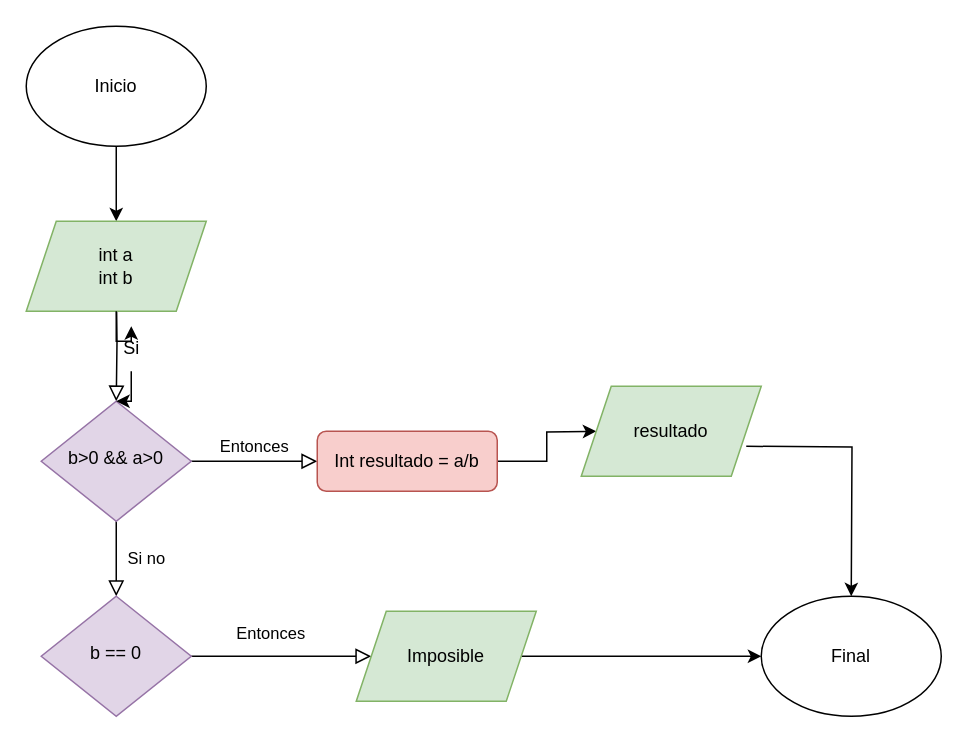
Above: diagrama1.3.drawio in Dakotaflores/Diagramasdeflujo (draw.io), before the change. Source tidied: cells renumbered, new cells numbered last; positions are measured from the earlier drawing's top-left corner, leaving out a move shared by most shapes. Both pictures are drawn from the tidied source at 150%, with x=0, y=0 at pixel (26, 26).
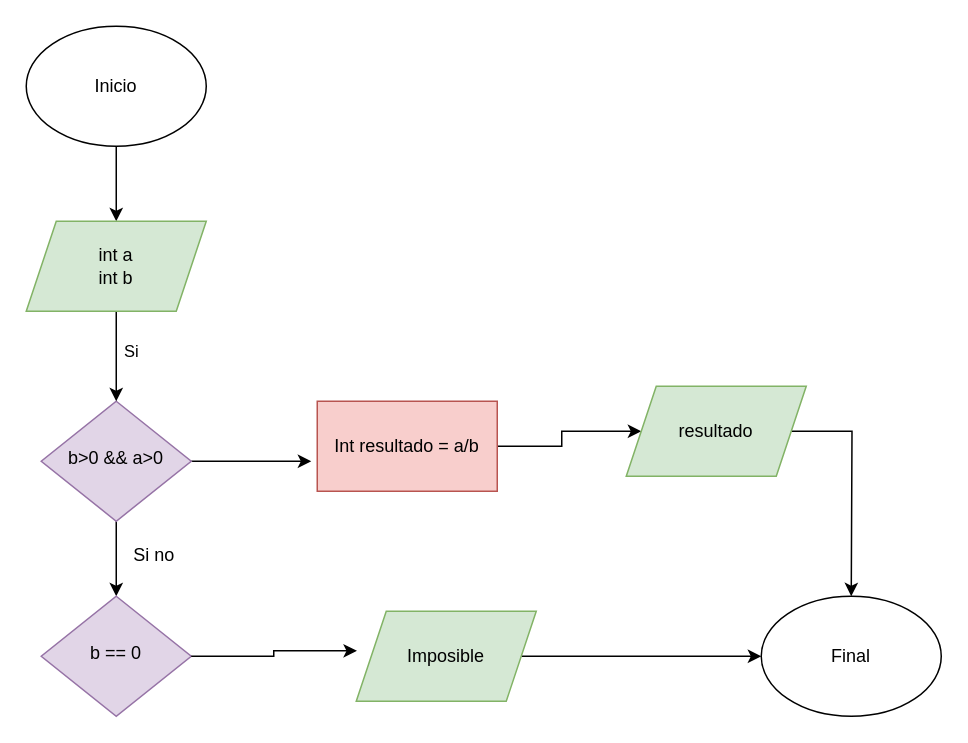
After the change.

The change refers to these unchanged cells:
```xml
<mxCell id="5" value="b&amp;gt;0 &amp;amp;&amp;amp; a&amp;gt;0" style="rhombus;whiteSpace=wrap;html=1;shadow=0;fontFamily=Helvetica;fontSize=12;align=center;strokeWidth=1;spacing=6;spacingTop=-4;fillColor=#e1d5e7;strokeColor=#9673a6;" parent="1" vertex="1">
  <mxGeometry x="10" y="250" width="100" height="80" as="geometry" />
</mxCell>
<mxCell id="9" value="b == 0" style="rhombus;whiteSpace=wrap;html=1;shadow=0;fontFamily=Helvetica;fontSize=12;align=center;strokeWidth=1;spacing=6;spacingTop=-4;fillColor=#e1d5e7;strokeColor=#9673a6;" parent="1" vertex="1">
  <mxGeometry x="10" y="380" width="100" height="80" as="geometry" />
</mxCell>
<mxCell id="13" value="int a&lt;div&gt;int b&lt;/div&gt;" style="shape=parallelogram;perimeter=parallelogramPerimeter;whiteSpace=wrap;html=1;fixedSize=1;fillColor=#d5e8d4;strokeColor=#82b366;" parent="1" vertex="1">
  <mxGeometry y="130" width="120" height="60" as="geometry" />
</mxCell>
<mxCell id="19" value="Imposible" style="shape=parallelogram;perimeter=parallelogramPerimeter;whiteSpace=wrap;html=1;fixedSize=1;fillColor=#d5e8d4;strokeColor=#82b366;" parent="1" vertex="1">
  <mxGeometry x="220" y="390" width="120" height="60" as="geometry" />
</mxCell>
```

What changed in the source:
```diff
@@
-    <mxCell id="2" style="rounded=0;html=1;jettySize=auto;fontSize=11;endArrow=block;endFill=0;endSize=8;strokeWidth=1;shadow=0;labelBackgroundColor=none;edgeStyle=orthogonalEdgeStyle;" parent="1" edge="1" target="5">
-      <mxGeometry relative="1" as="geometry">
-        <mxPoint x="60" y="170" as="sourcePoint" />
-      </mxGeometry>
-    </mxCell>
-    <mxCell id="3" value="Si no" style="rounded=0;html=1;jettySize=auto;fontSize=11;endArrow=block;endFill=0;endSize=8;strokeWidth=1;shadow=0;labelBackgroundColor=none;edgeStyle=orthogonalEdgeStyle;" parent="1" edge="1" source="5" target="9">
-      <mxGeometry y="20" relative="1" as="geometry" />
-    </mxCell>
-    <mxCell id="4" value="Entonces" style="edgeStyle=orthogonalEdgeStyle;rounded=0;html=1;jettySize=auto;fontSize=11;endArrow=block;endFill=0;endSize=8;strokeWidth=1;shadow=0;labelBackgroundColor=none;" parent="1" edge="1" source="5" target="7">
-      <mxGeometry y="10" relative="1" as="geometry" />
-    </mxCell>
+    <mxCell id="21" style="edgeStyle=orthogonalEdgeStyle;rounded=0;jettySize=auto;html=1;" parent="1" edge="1" source="5">
+      <mxGeometry relative="1" as="geometry">
+        <mxPoint x="190" y="290" as="targetPoint" />
+      </mxGeometry>
+    </mxCell>
+    <mxCell id="22" style="edgeStyle=orthogonalEdgeStyle;rounded=0;jettySize=auto;html=1;entryX=0.5;entryY=0;entryDx=0;entryDy=0;" parent="1" edge="1" source="5" target="9">
+      <mxGeometry relative="1" as="geometry" />
+    </mxCell>
@@
-    <mxCell id="6" style="edgeStyle=orthogonalEdgeStyle;rounded=0;jettySize=auto;html=1;" parent="1" edge="1" source="7">
-      <mxGeometry relative="1" as="geometry">
-        <mxPoint x="380" y="270" as="targetPoint" />
-      </mxGeometry>
-    </mxCell>
-    <mxCell id="7" value="Int resultado = a/b" style="rounded=1;whiteSpace=wrap;html=1;fontSize=12;glass=0;strokeWidth=1;shadow=0;fillColor=#f8cecc;strokeColor=#b85450;" parent="1" vertex="1">
-      <mxGeometry x="194" y="270" width="120" height="40" as="geometry" />
-    </mxCell>
-    <mxCell id="8" value="Entonces" style="edgeStyle=orthogonalEdgeStyle;rounded=0;html=1;jettySize=auto;fontSize=11;endArrow=block;endFill=0;endSize=8;strokeWidth=1;shadow=0;labelBackgroundColor=none;" parent="1" edge="1" source="9">
-      <mxGeometry x="-0.12" y="15" relative="1" as="geometry">
-        <mxPoint x="230" y="420" as="targetPoint" />
-      </mxGeometry>
-    </mxCell>
@@
-    <mxCell id="12" style="edgeStyle=orthogonalEdgeStyle;rounded=0;jettySize=auto;html=1;" parent="1" edge="1" source="17" target="5">
-      <mxGeometry relative="1" as="geometry" />
-    </mxCell>
+    <mxCell id="23" style="edgeStyle=orthogonalEdgeStyle;rounded=0;jettySize=auto;html=1;entryX=0.5;entryY=0;entryDx=0;entryDy=0;" parent="1" edge="1" source="13" target="5">
+      <mxGeometry relative="1" as="geometry" />
+    </mxCell>
+    <mxCell id="17" value="Si" style="edgeLabel;html=1;align=center;verticalAlign=middle;points=[];" parent="23" vertex="1">
+      <mxGeometry x="-0.12" y="9" relative="1" as="geometry" />
+    </mxCell>
@@
-    <mxCell id="14" style="edgeStyle=orthogonalEdgeStyle;rounded=0;orthogonalLoop=1;jettySize=auto;html=1;" parent="1" edge="1">
+    <mxCell id="14" style="edgeStyle=orthogonalEdgeStyle;rounded=0;jettySize=auto;html=1;" parent="1" edge="1" source="15">
       <mxGeometry relative="1" as="geometry">
-        <mxPoint x="480" y="280" as="sourcePoint" />
         <mxPoint x="550" y="380" as="targetPoint" />
       </mxGeometry>
     </mxCell>
-    <mxCell id="15" value="resultado" style="shape=parallelogram;perimeter=parallelogramPerimeter;whiteSpace=wrap;html=1;fixedSize=1;fillColor=#d5e8d4;strokeColor=#82b366;" parent="1" vertex="1">
-      <mxGeometry x="370" y="240" width="120" height="60" as="geometry" />
-    </mxCell>
-    <mxCell id="16" style="edgeStyle=orthogonalEdgeStyle;rounded=0;jettySize=auto;html=1;" parent="1" edge="1" source="13" target="17">
-      <mxGeometry relative="1" as="geometry" />
-    </mxCell>
-    <mxCell id="17" value="Si" style="text;html=1;align=center;verticalAlign=middle;points=[];strokeColor=none;fillColor=none;" parent="1" vertex="1">
-      <mxGeometry x="55" y="200" width="30" height="30" as="geometry" />
-    </mxCell>
@@
+    <mxCell id="24" style="edgeStyle=orthogonalEdgeStyle;rounded=0;jettySize=auto;html=1;entryX=0;entryY=0.5;entryDx=0;entryDy=0;" parent="1" edge="1" source="7" target="15">
+      <mxGeometry relative="1" as="geometry" />
+    </mxCell>
+    <mxCell id="7" value="Int resultado = a/b" style="rounded=0;whiteSpace=wrap;html=1;fillColor=#f8cecc;strokeColor=#b85450;" parent="1" vertex="1">
+      <mxGeometry x="194" y="250" width="120" height="60" as="geometry" />
+    </mxCell>
+    <mxCell id="25" style="edgeStyle=orthogonalEdgeStyle;rounded=0;jettySize=auto;html=1;entryX=0.004;entryY=0.44;entryDx=0;entryDy=0;entryPerimeter=0;" parent="1" edge="1" source="9" target="19">
+      <mxGeometry relative="1" as="geometry" />
+    </mxCell>
+    <mxCell id="3" value="Si no" style="text;html=1;align=center;verticalAlign=middle;strokeColor=none;fillColor=none;" parent="1" vertex="1">
+      <mxGeometry x="60" y="338" width="50" height="30" as="geometry" />
+    </mxCell>
+    <mxCell id="26" style="edgeStyle=orthogonalEdgeStyle;rounded=0;jettySize=auto;html=1;" parent="1" edge="1" target="15">
+      <mxGeometry relative="1" as="geometry">
+        <mxPoint x="480" y="280" as="sourcePoint" />
+      </mxGeometry>
+    </mxCell>
+    <mxCell id="15" value="resultado" style="shape=parallelogram;perimeter=parallelogramPerimeter;whiteSpace=wrap;html=1;fixedSize=1;fillColor=#d5e8d4;strokeColor=#82b366;" parent="1" vertex="1">
+      <mxGeometry x="400" y="240" width="120" height="60" as="geometry" />
+    </mxCell>
```
